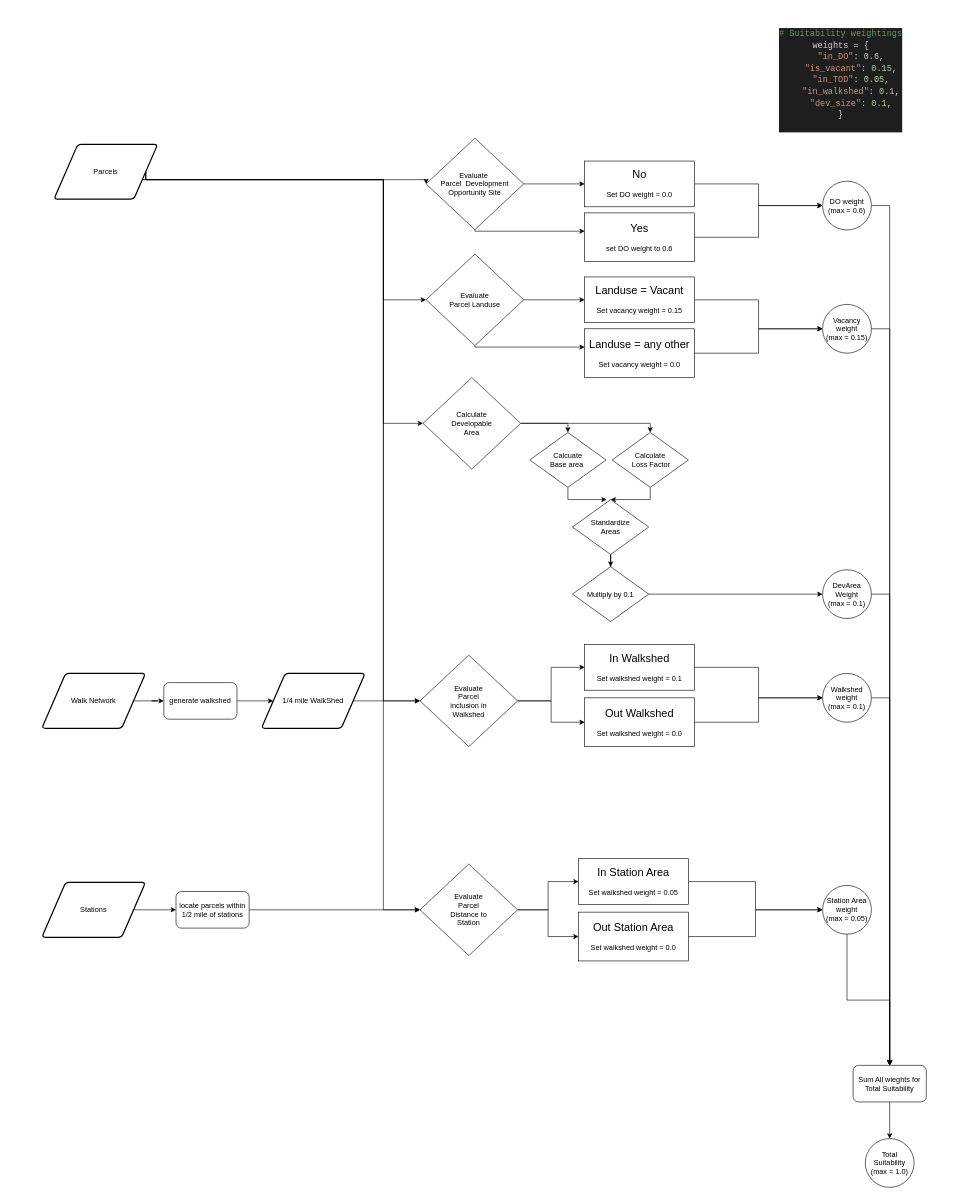
Above: page "Suitability Evaluation" (2 of 3) of AllocationProcess.drawio in renaissanceplanning/LCBRT_TOD (draw.io), before the change. Source tidied: cells renumbered, new cells numbered last; positions are measured from the earlier drawing's top-left corner, leaving out a move shared by most shapes. Both pictures are drawn from the tidied source at 61%, with x=0, y=0 at pixel (41, 22).
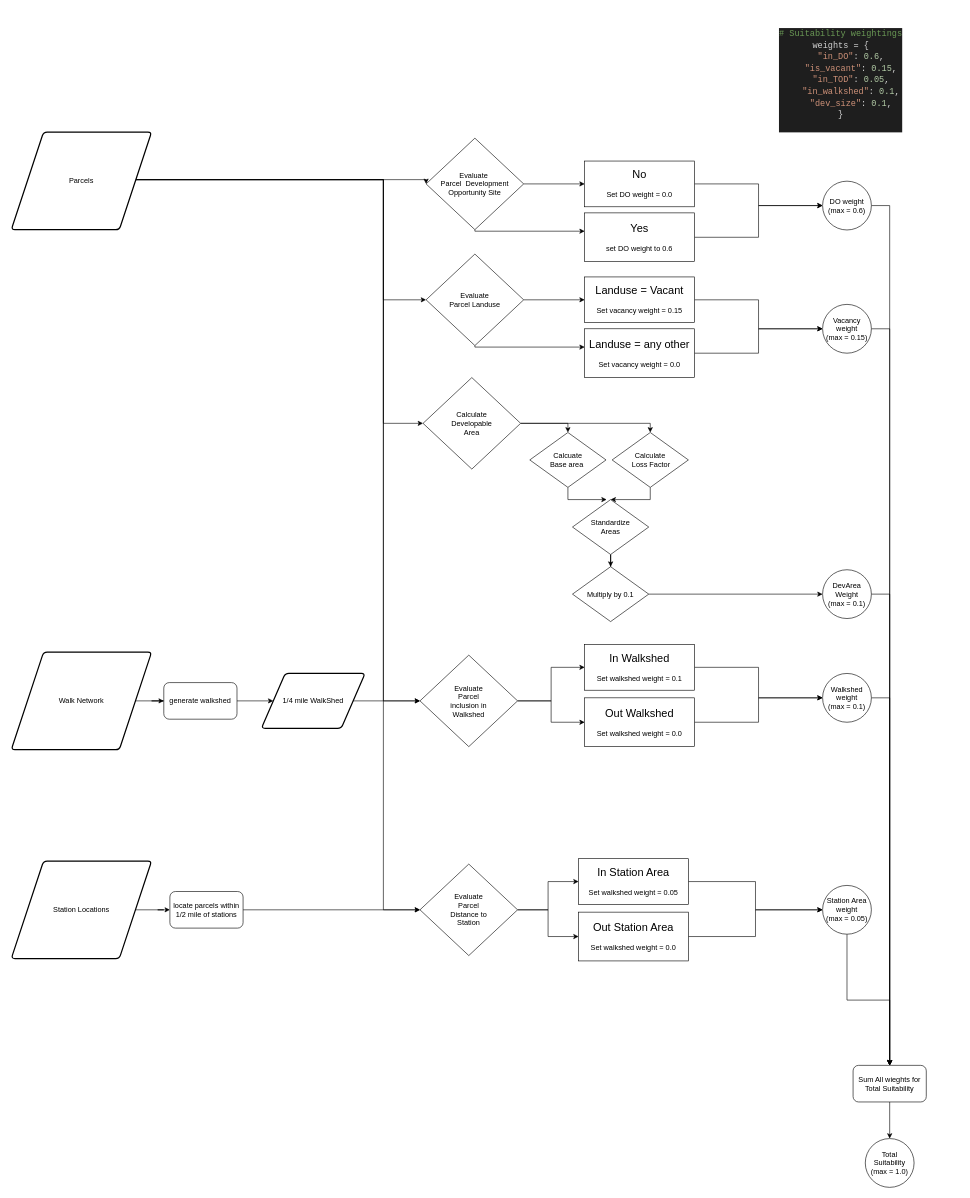
The same diagram, later.

The change refers to these unchanged cells:
```xml
<mxCell id="10" value="Evaluate&amp;nbsp;&lt;br&gt;Parcel&amp;nbsp; Development Opportunity Site" style="rhombus;whiteSpace=wrap;html=1;" parent="1" vertex="1">
  <mxGeometry x="630" y="190" width="160" height="150" as="geometry" />
</mxCell>
<mxCell id="17" value="Evaluate&lt;br&gt;Parcel Landuse" style="rhombus;whiteSpace=wrap;html=1;" parent="1" vertex="1">
  <mxGeometry x="630" y="380" width="160" height="150" as="geometry" />
</mxCell>
<mxCell id="28" value="Calculate&lt;br&gt;Developable &lt;br&gt;Area" style="rhombus;whiteSpace=wrap;html=1;" parent="1" vertex="1">
  <mxGeometry x="625" y="582.5" width="160" height="150" as="geometry" />
</mxCell>
<mxCell id="41" value="Evaluate &lt;br&gt;Parcel &lt;br&gt;inclusion in &lt;br&gt;Walkshed" style="rhombus;whiteSpace=wrap;html=1;" parent="1" vertex="1">
  <mxGeometry x="620" y="1037.5" width="160" height="150" as="geometry" />
</mxCell>
<mxCell id="60" value="Evaluate &lt;br&gt;Parcel &lt;br&gt;Distance to &lt;br&gt;Station" style="rhombus;whiteSpace=wrap;html=1;" parent="1" vertex="1">
  <mxGeometry x="620" y="1380" width="160" height="150" as="geometry" />
</mxCell>
```

The edit, as a diff of the source:
```diff
@@
     <mxCell id="2" style="edgeStyle=orthogonalEdgeStyle;rounded=0;jettySize=auto;html=1;exitX=1;exitY=0.5;exitDx=0;exitDy=0;entryX=0;entryY=0.5;entryDx=0;entryDy=0;" parent="1" edge="1" source="7" target="10">
       <mxGeometry relative="1" as="geometry">
         <Array as="points">
+          <mxPoint x="154" y="258" />
           <mxPoint x="630" y="258" />
         </Array>
       </mxGeometry>
     </mxCell>
     <mxCell id="3" style="edgeStyle=orthogonalEdgeStyle;rounded=0;jettySize=auto;html=1;exitX=1;exitY=0.5;exitDx=0;exitDy=0;entryX=0;entryY=0.5;entryDx=0;entryDy=0;" parent="1" edge="1" source="7" target="17">
       <mxGeometry relative="1" as="geometry">
         <Array as="points">
-          <mxPoint x="171" y="258" />
+          <mxPoint x="154" y="258" />
           <mxPoint x="560" y="258" />
           <mxPoint x="560" y="455" />
         </Array>
       </mxGeometry>
     </mxCell>
-    <mxCell id="4" style="edgeStyle=orthogonalEdgeStyle;rounded=0;jettySize=auto;html=1;entryX=0;entryY=0.5;entryDx=0;entryDy=0;" parent="1" edge="1" source="7" target="28">
+    <mxCell id="4" style="edgeStyle=orthogonalEdgeStyle;rounded=0;jettySize=auto;html=1;entryX=0;entryY=0.5;entryDx=0;entryDy=0;exitX=1;exitY=0.5;exitDx=0;exitDy=0;" parent="1" edge="1" source="7" target="28">
       <mxGeometry relative="1" as="geometry">
         <Array as="points">
+          <mxPoint x="154" y="258" />
           <mxPoint x="560" y="258" />
-          <mxPoint x="560" y="657" />
+          <mxPoint x="560" y="658" />
         </Array>
       </mxGeometry>
     </mxCell>
-    <mxCell id="5" style="edgeStyle=orthogonalEdgeStyle;rounded=0;jettySize=auto;html=1;entryX=0;entryY=0.5;entryDx=0;entryDy=0;" parent="1" edge="1" source="7" target="41">
+    <mxCell id="5" style="edgeStyle=orthogonalEdgeStyle;rounded=0;jettySize=auto;html=1;entryX=0;entryY=0.5;entryDx=0;entryDy=0;exitX=1;exitY=0.5;exitDx=0;exitDy=0;" parent="1" edge="1" source="7" target="41">
       <mxGeometry relative="1" as="geometry">
         <Array as="points">
+          <mxPoint x="154" y="258" />
           <mxPoint x="560" y="258" />
-          <mxPoint x="560" y="1112" />
+          <mxPoint x="560" y="1113" />
         </Array>
       </mxGeometry>
     </mxCell>
     <mxCell id="6" style="edgeStyle=orthogonalEdgeStyle;rounded=0;jettySize=auto;html=1;exitX=1;exitY=0.5;exitDx=0;exitDy=0;entryX=0;entryY=0.5;entryDx=0;entryDy=0;" parent="1" edge="1" source="7" target="60">
       <mxGeometry relative="1" as="geometry">
         <Array as="points">
+          <mxPoint x="154" y="258" />
           <mxPoint x="560" y="258" />
           <mxPoint x="560" y="1455" />
         </Array>
       </mxGeometry>
     </mxCell>
     <mxCell id="7" value="Parcels" style="shape=parallelogram;html=1;strokeWidth=2;perimeter=parallelogramPerimeter;whiteSpace=wrap;rounded=1;arcSize=12;size=0.23;" parent="1" vertex="1">
-      <mxGeometry x="20" y="200" width="170" height="90" as="geometry" />
+      <mxGeometry x="-50" y="180" width="230" height="160" as="geometry" />
     </mxCell>
@@
-    <mxCell id="43" value="Walk Network" style="shape=parallelogram;html=1;strokeWidth=2;perimeter=parallelogramPerimeter;whiteSpace=wrap;rounded=1;arcSize=12;size=0.23;" parent="1" vertex="1">
-      <mxGeometry y="1067.5" width="170" height="90" as="geometry" />
-    </mxCell>
@@
-    <mxCell id="54" style="edgeStyle=orthogonalEdgeStyle;rounded=0;jettySize=auto;html=1;exitX=1;exitY=0.5;exitDx=0;exitDy=0;entryX=0;entryY=0.5;entryDx=0;entryDy=0;" parent="1" edge="1" source="55" target="57">
+    <mxCell id="54" style="edgeStyle=orthogonalEdgeStyle;rounded=0;jettySize=auto;html=1;exitX=1;exitY=0.5;exitDx=0;exitDy=0;entryX=0;entryY=0.5;entryDx=0;entryDy=0;" parent="1" edge="1" source="71" target="57">
       <mxGeometry relative="1" as="geometry" />
     </mxCell>
-    <mxCell id="55" value="Stations" style="shape=parallelogram;html=1;strokeWidth=2;perimeter=parallelogramPerimeter;whiteSpace=wrap;rounded=1;arcSize=12;size=0.23;" parent="1" vertex="1">
-      <mxGeometry y="1410" width="170" height="90" as="geometry" />
-    </mxCell>
@@
     <mxCell id="57" value="locate parcels within 1/2 mile of stations" style="rounded=1;whiteSpace=wrap;html=1;" parent="1" vertex="1">
-      <mxGeometry x="220" y="1425" width="120" height="60" as="geometry" />
+      <mxGeometry x="210" y="1425" width="120" height="60" as="geometry" />
     </mxCell>
@@
+    <mxCell id="43" value="Walk Network" style="shape=parallelogram;html=1;strokeWidth=2;perimeter=parallelogramPerimeter;whiteSpace=wrap;rounded=1;arcSize=12;size=0.23;" parent="1" vertex="1">
+      <mxGeometry x="-50" y="1032.5" width="230" height="160" as="geometry" />
+    </mxCell>
+    <mxCell id="71" value="Station Locations" style="shape=parallelogram;html=1;strokeWidth=2;perimeter=parallelogramPerimeter;whiteSpace=wrap;rounded=1;arcSize=12;size=0.23;" parent="1" vertex="1">
+      <mxGeometry x="-50" y="1375" width="230" height="160" as="geometry" />
+    </mxCell>
```
